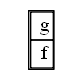
Earlier version of the Graphviz export build/classes/Imagenes/Cola1.png (oscarc99/EDD_DIC_2019_PY2_201709140-). Its source is kept beside it as build/classes/Imagenes/Cola1.dot.
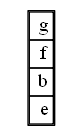
The same file after the commit.

Change to the diagram source:
```diff
@@ -4,5 +4,9 @@
 <td> g</td> </tr>
 <tr>
 <td> f</td> </tr>
+<tr>
+<td> b</td> </tr>
+<tr>
+<td> e</td> </tr>
 </table>>  shape = none ];
  }
```
